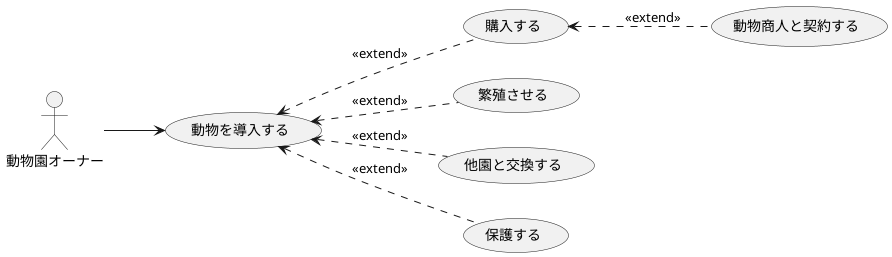
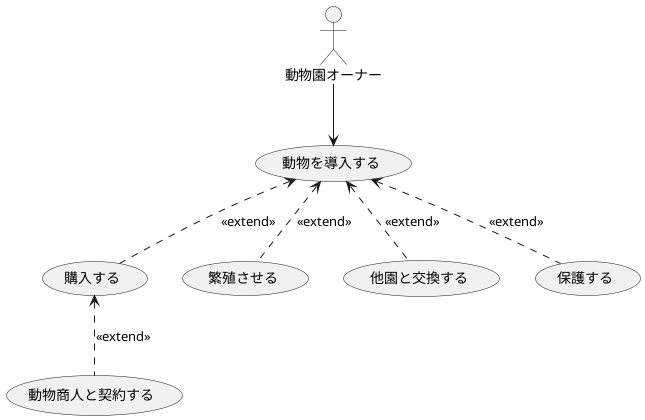
@startuml ZooSimulation
- left to right direction

actor "動物園オーナー" as ZooOwner

usecase "動物を導入する" as IntroduceAnimal
  usecase "購入する" as BuyAnimal
  usecase "繁殖させる" as BreedAnimal
  usecase "他園と交換する" as TradeAnimal
  usecase "保護する" as RescueAnimal
usecase "動物商人と契約する" as ContractWithAnimalSeller

ZooOwner --> IntroduceAnimal

BuyAnimal  .u.> IntroduceAnimal : <<extend>>
  ContractWithAnimalSeller .u.> BuyAnimal : <<extend>>
BreedAnimal .u.> IntroduceAnimal : <<extend>>
TradeAnimal .u.> IntroduceAnimal : <<extend>>
RescueAnimal .u.> IntroduceAnimal : <<extend>>

@enduml
